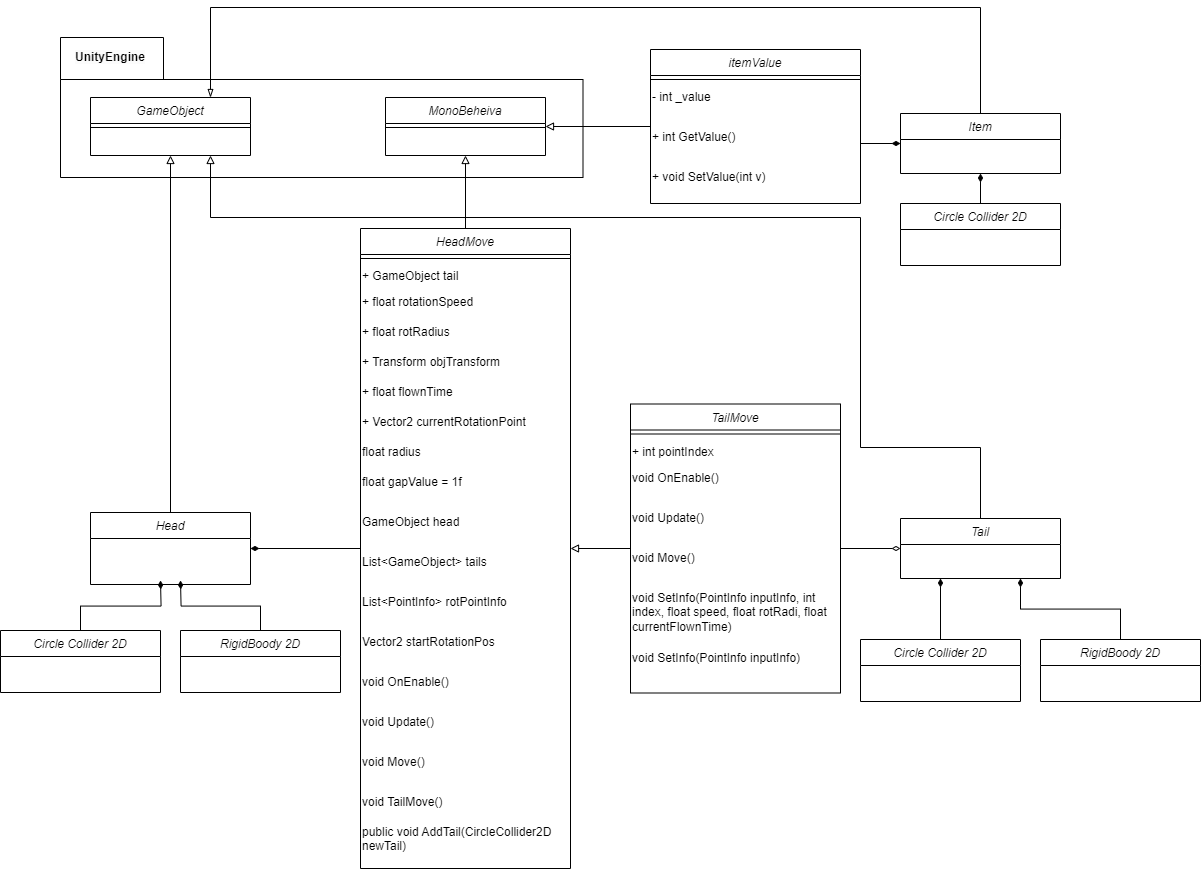
This is reports/class_diagram.png from oop23-of-CIEN/oop_proj4_unity, a draw.io export, as it was before one commit. Source tidied: cells renumbered, new cells last; positions are measured from the earlier drawing's top-left corner, leaving out a move shared by most shapes.
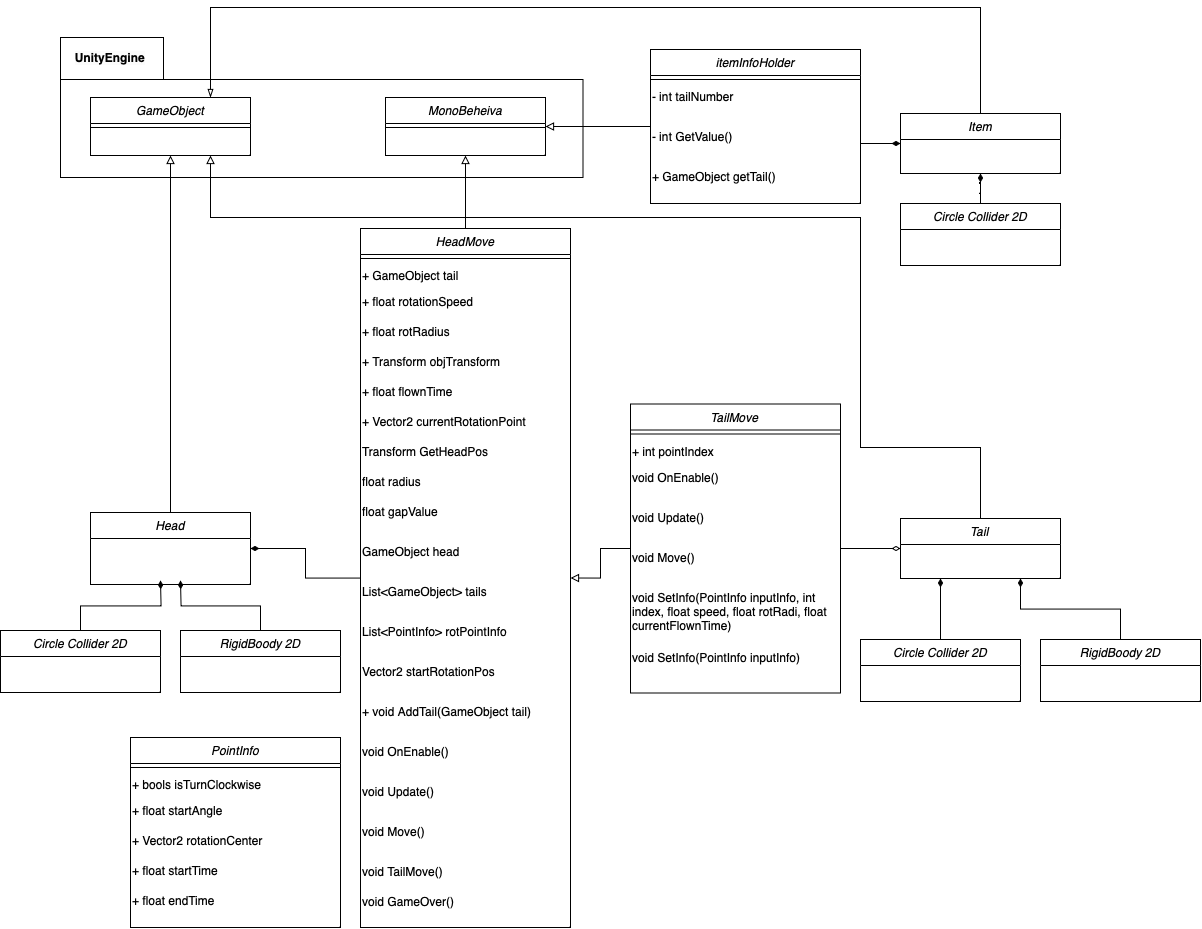
The same diagram one commit later.

Diff of the diagram source:
```diff
@@ -9,7 +9,7 @@
       <mxGeometry relative="1" as="geometry" />
     </mxCell>
     <mxCell id="4" value="HeadMove" style="swimlane;fontStyle=2;align=center;verticalAlign=top;horizontal=1;startSize=26;rounded=0;shadow=0;strokeWidth=1;" parent="1" vertex="1">
-      <mxGeometry x="360" y="221" width="210" height="640" as="geometry" />
+      <mxGeometry x="360" y="221" width="210" height="699" as="geometry" />
     </mxCell>
     <mxCell id="5" style="line;html=1;strokeWidth=1;align=left;verticalAlign=middle;spacingTop=-1;spacingLeft=3;spacingRight=3;labelPosition=right;" parent="4" vertex="1">
       <mxGeometry y="26" width="210" height="8" as="geometry" />
@@ -32,39 +32,45 @@
     <mxCell id="11" value="+ Vector2 currentRotationPoint" style="text;whiteSpace=wrap;" parent="4" vertex="1">
       <mxGeometry y="180" width="210" height="30" as="geometry" />
     </mxCell>
+    <mxCell id="62" value="Transform GetHeadPos" style="text;whiteSpace=wrap;" parent="4" vertex="1">
+      <mxGeometry y="210" width="210" height="30" as="geometry" />
+    </mxCell>
     <mxCell id="12" value="float radius" style="text;whiteSpace=wrap;" parent="4" vertex="1">
-      <mxGeometry y="210" width="210" height="30" as="geometry" />
+      <mxGeometry y="240" width="210" height="30" as="geometry" />
     </mxCell>
-    <mxCell id="13" value="float gapValue = 1f" style="text;whiteSpace=wrap;" parent="4" vertex="1">
-      <mxGeometry y="240" width="210" height="40" as="geometry" />
+    <mxCell id="13" value="float gapValue" style="text;whiteSpace=wrap;" parent="4" vertex="1">
+      <mxGeometry y="270" width="210" height="40" as="geometry" />
     </mxCell>
     <mxCell id="14" value="GameObject head" style="text;whiteSpace=wrap;" parent="4" vertex="1">
-      <mxGeometry y="280" width="210" height="40" as="geometry" />
+      <mxGeometry y="310" width="210" height="40" as="geometry" />
     </mxCell>
     <mxCell id="15" value="List&lt;GameObject&gt; tails" style="text;whiteSpace=wrap;" parent="4" vertex="1">
-      <mxGeometry y="320" width="210" height="40" as="geometry" />
+      <mxGeometry y="350" width="210" height="40" as="geometry" />
     </mxCell>
     <mxCell id="16" value="List&lt;PointInfo&gt; rotPointInfo" style="text;whiteSpace=wrap;" parent="4" vertex="1">
-      <mxGeometry y="360" width="210" height="40" as="geometry" />
+      <mxGeometry y="390" width="210" height="40" as="geometry" />
     </mxCell>
     <mxCell id="17" value="Vector2 startRotationPos" style="text;whiteSpace=wrap;" parent="4" vertex="1">
-      <mxGeometry y="400" width="210" height="40" as="geometry" />
+      <mxGeometry y="430" width="210" height="40" as="geometry" />
     </mxCell>
+    <mxCell id="22" value="+ void AddTail(GameObject tail)" style="text;whiteSpace=wrap;" parent="4" vertex="1">
+      <mxGeometry y="470" width="210" height="40" as="geometry" />
+    </mxCell>
     <mxCell id="18" value="void OnEnable()" style="text;whiteSpace=wrap;" parent="4" vertex="1">
-      <mxGeometry y="440" width="210" height="40" as="geometry" />
+      <mxGeometry y="510" width="210" height="40" as="geometry" />
     </mxCell>
     <mxCell id="19" value="void Update()" style="text;whiteSpace=wrap;" parent="4" vertex="1">
-      <mxGeometry y="480" width="210" height="40" as="geometry" />
+      <mxGeometry y="550" width="210" height="40" as="geometry" />
     </mxCell>
     <mxCell id="20" value="void Move()" style="text;whiteSpace=wrap;" parent="4" vertex="1">
-      <mxGeometry y="520" width="210" height="40" as="geometry" />
+      <mxGeometry y="590" width="210" height="40" as="geometry" />
     </mxCell>
     <mxCell id="21" value="void TailMove()" style="text;whiteSpace=wrap;" parent="4" vertex="1">
-      <mxGeometry y="560" width="210" height="30" as="geometry" />
+      <mxGeometry y="630" width="210" height="30" as="geometry" />
     </mxCell>
-    <mxCell id="22" value="public void AddTail(CircleCollider2D newTail)" style="text;whiteSpace=wrap;" parent="4" vertex="1">
-      <mxGeometry y="590" width="210" height="40" as="geometry" />
-    </mxCell>
+    <mxCell id="63" value="void GameOver()" style="text;whiteSpace=wrap;" parent="4" vertex="1">
+      <mxGeometry y="660" width="210" height="30" as="geometry" />
+    </mxCell>
     <mxCell id="23" style="edgeStyle=orthogonalEdgeStyle;rounded=0;jettySize=auto;html=1;endArrow=diamondThin;endFill=1;" parent="1" edge="1" source="24">
       <mxGeometry relative="1" as="geometry">
         <mxPoint x="180" y="573" as="targetPoint" />
@@ -144,19 +150,19 @@
     <mxCell id="47" style="edgeStyle=orthogonalEdgeStyle;rounded=0;jettySize=auto;html=1;entryX=1;entryY=0.5;entryDx=0;entryDy=0;endArrow=block;endFill=0;" parent="1" edge="1" source="48" target="43">
       <mxGeometry relative="1" as="geometry" />
     </mxCell>
-    <mxCell id="48" value="itemValue" style="swimlane;fontStyle=2;align=center;verticalAlign=top;horizontal=1;startSize=26;rounded=0;shadow=0;strokeWidth=1;" parent="1" vertex="1">
+    <mxCell id="48" value="itemInfoHolder" style="swimlane;fontStyle=2;align=center;verticalAlign=top;horizontal=1;startSize=26;rounded=0;shadow=0;strokeWidth=1;" parent="1" vertex="1">
       <mxGeometry x="650" y="42" width="210" height="154" as="geometry" />
     </mxCell>
     <mxCell id="49" style="line;html=1;strokeWidth=1;align=left;verticalAlign=middle;spacingTop=-1;spacingLeft=3;spacingRight=3;labelPosition=right;" parent="48" vertex="1">
       <mxGeometry y="26" width="210" height="8" as="geometry" />
     </mxCell>
-    <mxCell id="50" value="- int _value" style="text;whiteSpace=wrap;" parent="48" vertex="1">
+    <mxCell id="50" value="- int tailNumber" style="text;whiteSpace=wrap;" parent="48" vertex="1">
       <mxGeometry y="34" width="210" height="40" as="geometry" />
     </mxCell>
-    <mxCell id="51" value="+ int GetValue()" style="text;whiteSpace=wrap;" parent="48" vertex="1">
+    <mxCell id="51" value="- int GetValue()" style="text;whiteSpace=wrap;" parent="48" vertex="1">
       <mxGeometry y="74" width="210" height="40" as="geometry" />
     </mxCell>
-    <mxCell id="52" value="+ void SetValue(int v)" style="text;whiteSpace=wrap;" parent="48" vertex="1">
+    <mxCell id="52" value="+ GameObject getTail()" style="text;whiteSpace=wrap;" parent="48" vertex="1">
       <mxGeometry y="114" width="210" height="40" as="geometry" />
     </mxCell>
     <mxCell id="53" style="edgeStyle=orthogonalEdgeStyle;rounded=0;jettySize=auto;html=1;entryX=0.75;entryY=0;entryDx=0;entryDy=0;endArrow=blockThin;endFill=0;" parent="1" edge="1" source="54" target="58">
@@ -198,5 +204,26 @@
         </Array>
       </mxGeometry>
     </mxCell>
+    <mxCell id="64" value="PointInfo" style="swimlane;fontStyle=2;align=center;verticalAlign=top;horizontal=1;startSize=26;rounded=0;shadow=0;strokeWidth=1;" parent="1" vertex="1">
+      <mxGeometry x="130" y="730" width="210" height="190" as="geometry" />
+    </mxCell>
+    <mxCell id="65" style="line;html=1;strokeWidth=1;align=left;verticalAlign=middle;spacingTop=-1;spacingLeft=3;spacingRight=3;labelPosition=right;" parent="64" vertex="1">
+      <mxGeometry y="26" width="210" height="8" as="geometry" />
+    </mxCell>
+    <mxCell id="66" value="+ bools isTurnClockwise" style="text;whiteSpace=wrap;" parent="64" vertex="1">
+      <mxGeometry y="34" width="210" height="26" as="geometry" />
+    </mxCell>
+    <mxCell id="67" value="+ float startAngle" style="text;whiteSpace=wrap;" parent="64" vertex="1">
+      <mxGeometry y="60" width="210" height="30" as="geometry" />
+    </mxCell>
+    <mxCell id="68" value="+ Vector2 rotationCenter" style="text;whiteSpace=wrap;" parent="64" vertex="1">
+      <mxGeometry y="90" width="210" height="30" as="geometry" />
+    </mxCell>
+    <mxCell id="69" value="+ float startTime" style="text;whiteSpace=wrap;" parent="64" vertex="1">
+      <mxGeometry y="120" width="210" height="30" as="geometry" />
+    </mxCell>
+    <mxCell id="70" value="+ float endTime" style="text;whiteSpace=wrap;" parent="64" vertex="1">
+      <mxGeometry y="150" width="210" height="30" as="geometry" />
+    </mxCell>
   </root>
 </mxGraphModel>
```
